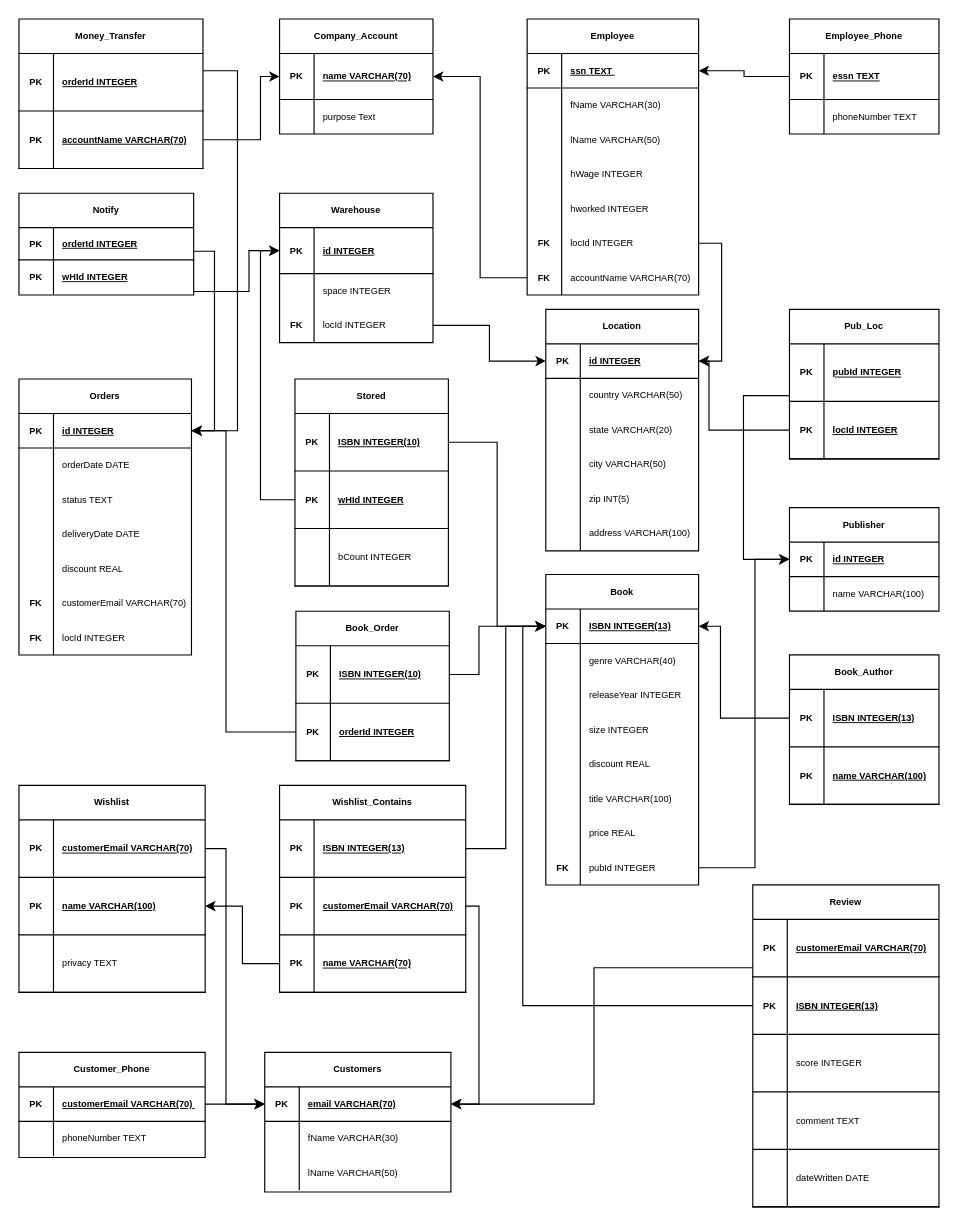
Above: RelatioalSchema.drawio in Will-Blanton/CSE_3241_Project (draw.io), before the change. Source tidied: cells renumbered, new cells numbered last; positions are measured from the earlier drawing's top-left corner, leaving out a move shared by most shapes. Both pictures are drawn from the tidied source at 115%, with x=0, y=0 at pixel (18, 7).
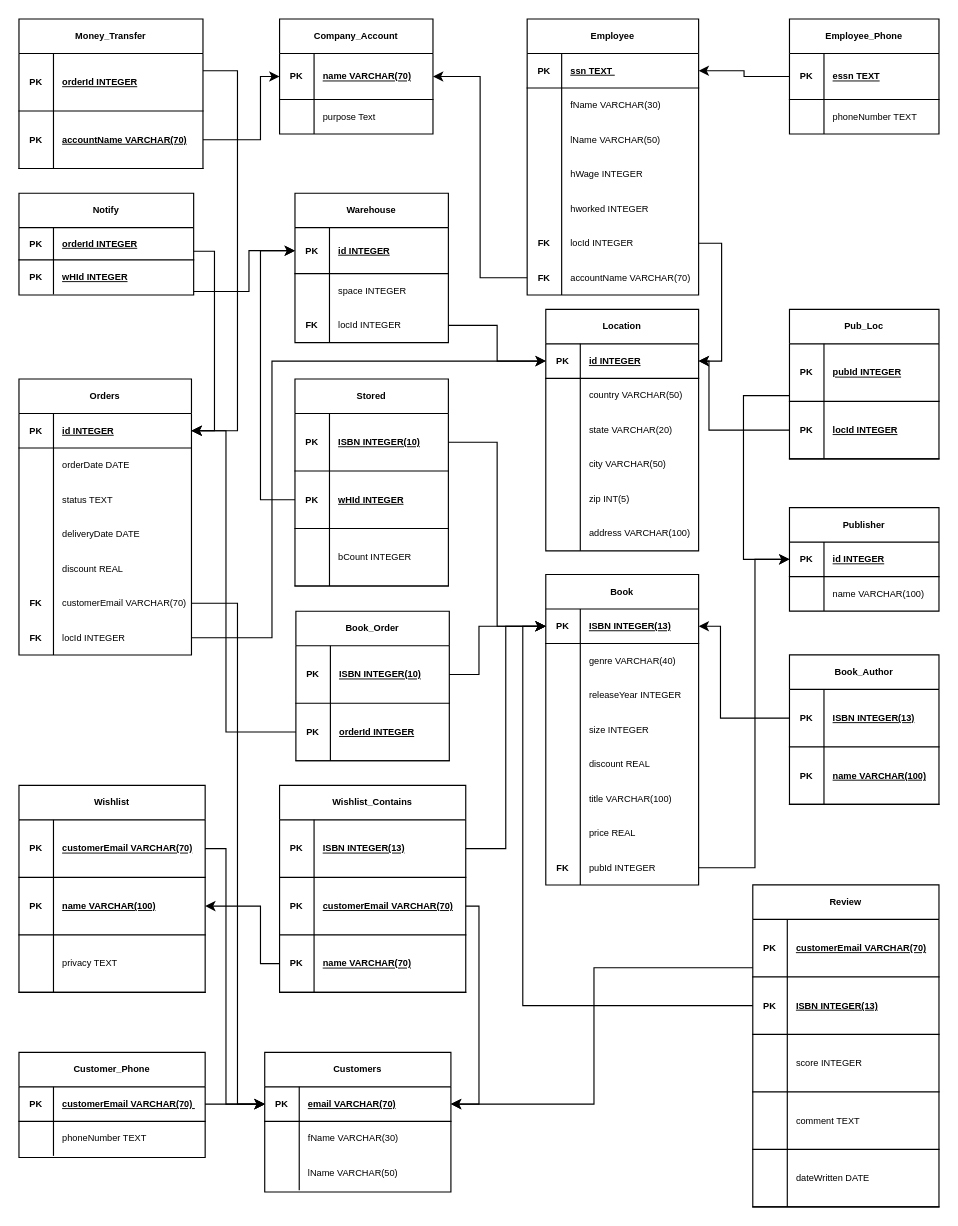
Above is the later version.

The change refers to these unchanged cells:
```xml
<mxCell id="2" style="group;fontSize=8;" parent="1" vertex="1">
  <mxGeometry width="811.9" height="1060" as="geometry" />
</mxCell>
<mxCell id="19" style="shape=partialRectangle;fillColor=none;points=[[0,0.5],[1,0.5]];portConstraint=eastwest;top=0;left=0;right=0;bottom=0;fontSize=8;" parent="3" vertex="1">
  <mxGeometry y="180" width="150" height="30" as="geometry" />
</mxCell>
<mxCell id="22" style="shape=partialRectangle;fillColor=none;points=[[0,0.5],[1,0.5]];portConstraint=eastwest;top=0;left=0;right=0;bottom=0;fontSize=8;" parent="3" vertex="1">
  <mxGeometry y="210" width="150" height="30" as="geometry" />
</mxCell>
<mxCell id="26" style="shape=partialRectangle;fillColor=none;points=[[0,0.5],[1,0.5]];portConstraint=eastwest;top=0;left=0;right=0;bottom=1;fontSize=8;" parent="25" vertex="1">
  <mxGeometry y="30" width="132.9" height="30" as="geometry" />
</mxCell>
<mxCell id="45" style="shape=partialRectangle;fillColor=none;points=[[0,0.5],[1,0.5]];portConstraint=eastwest;top=0;left=0;right=0;bottom=1;fontSize=8;" parent="44" vertex="1">
  <mxGeometry y="30" width="161.9" height="30" as="geometry" />
</mxCell>
<mxCell id="121" style="shape=partialRectangle;fillColor=none;points=[[0,0.5],[1,0.5]];portConstraint=eastwest;top=0;left=0;right=0;bottom=1;fontSize=8;" parent="117" vertex="1">
  <mxGeometry y="80" width="161.9" height="50" as="geometry" />
</mxCell>
<mxCell id="179" style="shape=partialRectangle;fillColor=none;points=[[0,0.5],[1,0.5]];portConstraint=eastwest;top=0;left=0;right=0;bottom=1;fontSize=8;" parent="172" vertex="1">
  <mxGeometry y="130" width="161.9" height="50" as="geometry" />
</mxCell>
```

Diff of the diagram source:
```diff
@@
     <mxCell id="107" value="Warehouse" style="shape=table;startSize=30;childLayout=tableLayout;rowLines=0;fontStyle=1;align=center;fontSize=8;" parent="2" vertex="1">
-      <mxGeometry x="226.6" y="161.5" width="133.4" height="130" as="geometry" />
+      <mxGeometry x="240" y="161.5" width="133.4" height="130" as="geometry" />
     </mxCell>
@@
     <mxCell id="217" style="edgeStyle=orthogonalEdgeStyle;rounded=0;jettySize=auto;html=1;entryX=1;entryY=0.5;entryDx=0;entryDy=0;fontSize=8;" parent="2" edge="1" source="179" target="121">
-      <mxGeometry relative="1" as="geometry" />
+      <mxGeometry relative="1" as="geometry">
+        <Array as="points">
+          <mxPoint x="210" y="831" />
+          <mxPoint x="210" y="781" />
+        </Array>
+      </mxGeometry>
     </mxCell>
@@
+    <mxCell id="243" style="edgeStyle=orthogonalEdgeStyle;rounded=0;jettySize=auto;html=1;entryX=0;entryY=0.5;entryDx=0;entryDy=0;" parent="2" edge="1" source="19" target="45">
+      <mxGeometry relative="1" as="geometry">
+        <Array as="points">
+          <mxPoint x="190" y="518" />
+          <mxPoint x="190" y="954" />
+        </Array>
+      </mxGeometry>
+    </mxCell>
+    <mxCell id="244" style="edgeStyle=orthogonalEdgeStyle;rounded=0;jettySize=auto;html=1;entryX=0;entryY=0.5;entryDx=0;entryDy=0;" parent="2" edge="1" source="22" target="26">
+      <mxGeometry relative="1" as="geometry">
+        <Array as="points">
+          <mxPoint x="220" y="548" />
+          <mxPoint x="220" y="308" />
+        </Array>
+      </mxGeometry>
+    </mxCell>
```
